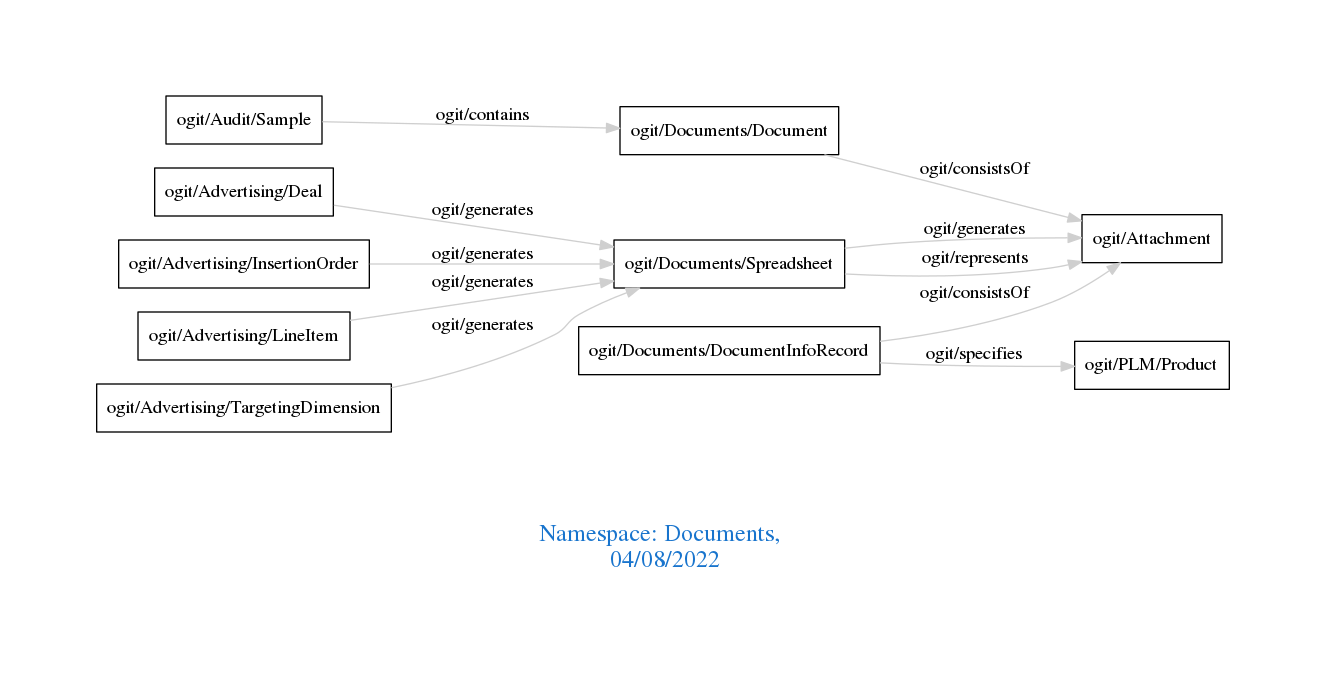
Before: downloads/Documents.png, a diagram exported from Graphviz (arago/OGIT). Its source is kept beside it as downloads/Documents.dot.
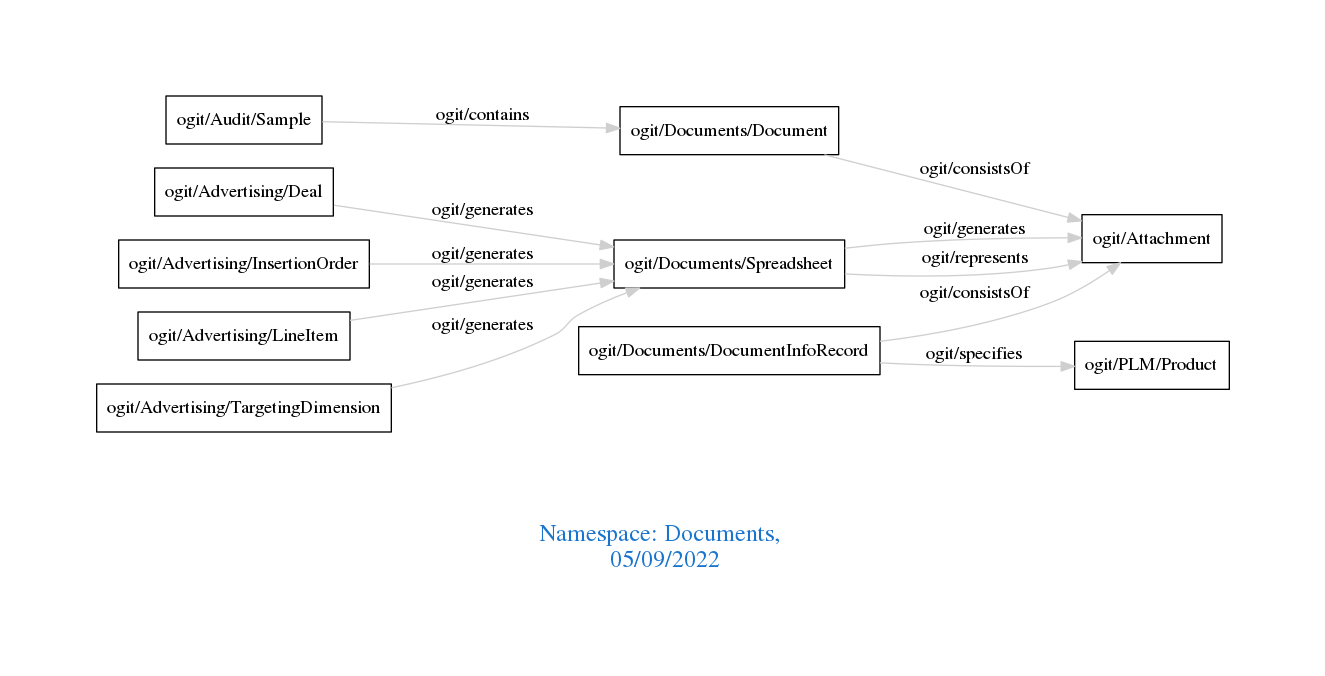
After the change.

The edit, as a diff of the source:
```diff
@@ -1,7 +1,7 @@
 digraph OGIT_ontology {
  graph [ rankdir= LR,pad=1
 fontsize = 18,
-fontcolor= dodgerblue3,label = "\n\n\nNamespace: Documents, \n 04/08/2022"];
+fontcolor= dodgerblue3,label = "\n\n\nNamespace: Documents, \n 05/09/2022"];
 node[shape=polygon];
 edge [  color="gray81"];
 
```
